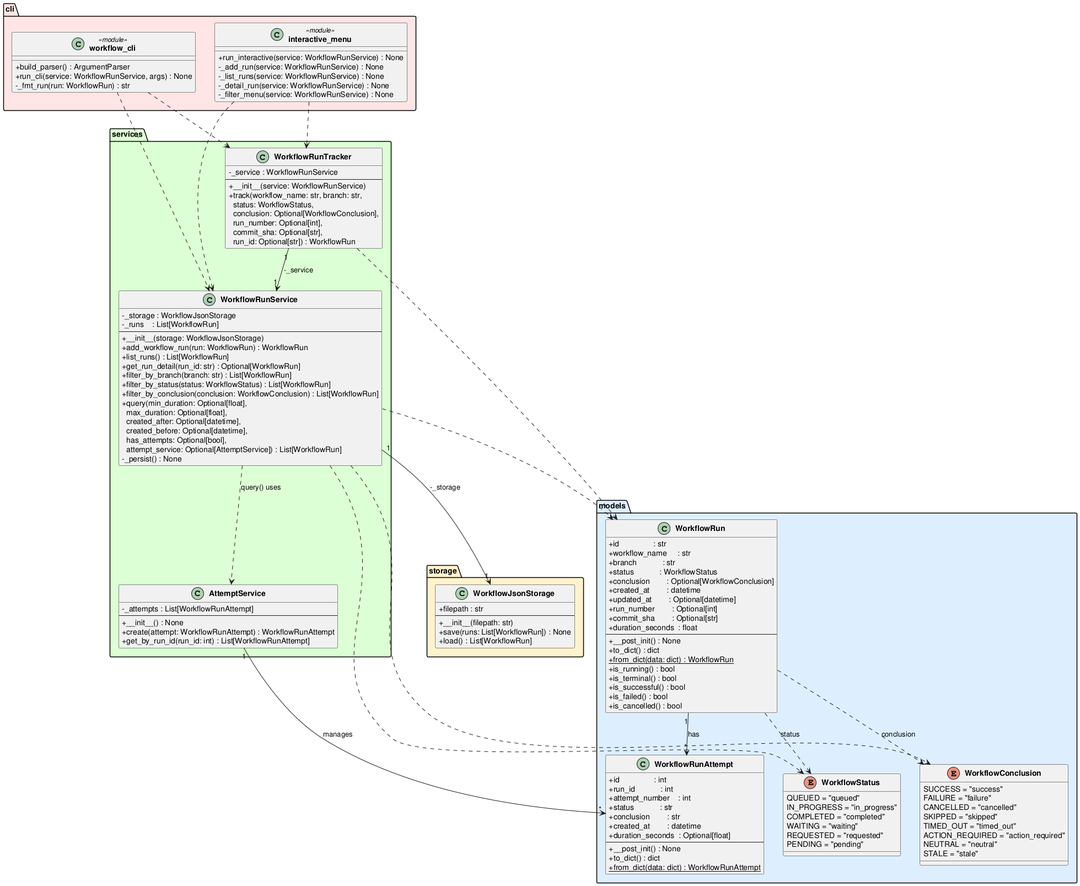
Above: experiments/pipeline/test_driven/github-workflow-manager/artifacts/class_diagram.png in DanielRiha8906/Software_autoevolution_using_agents (PlantUML), before the change.
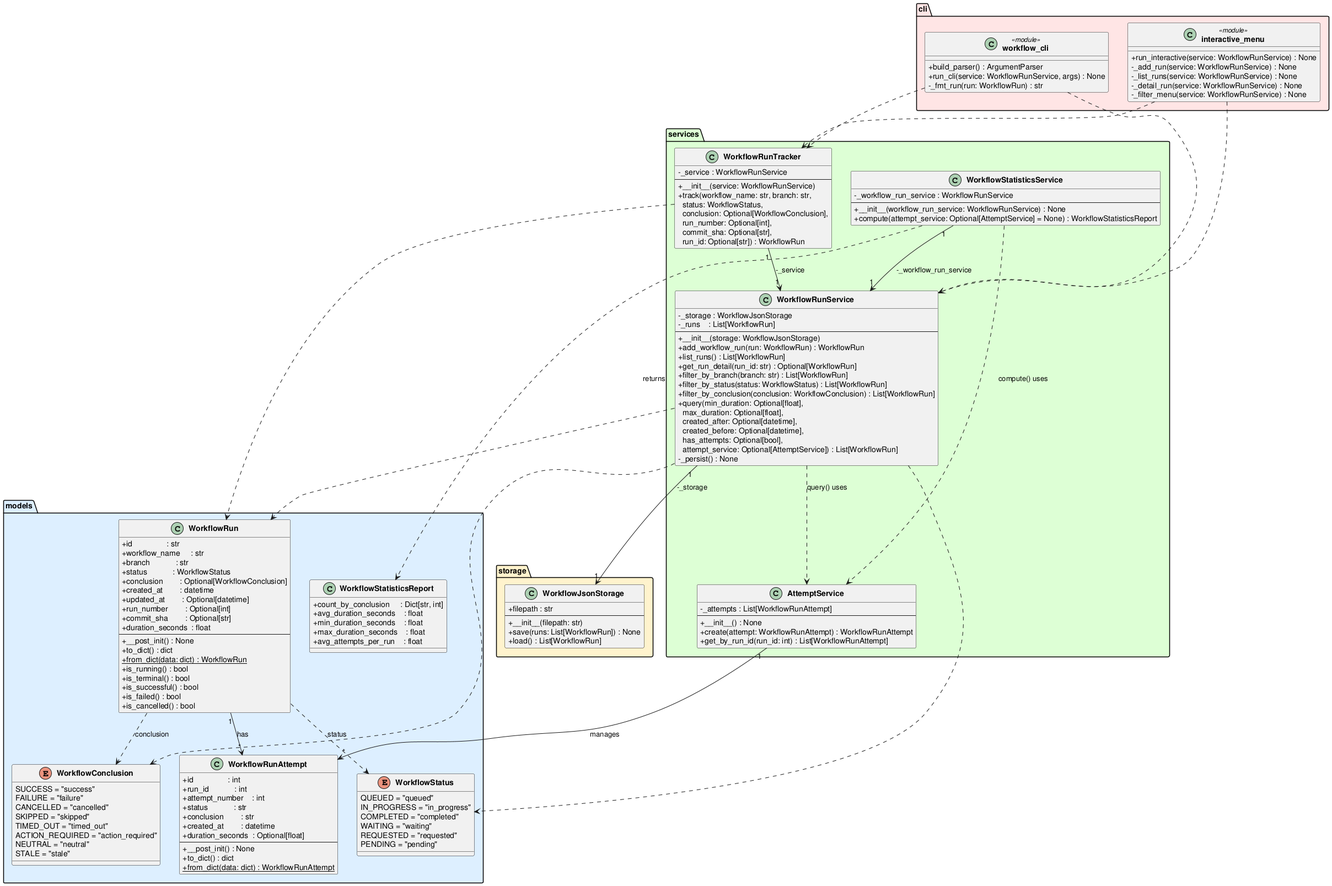
After the change.

What changed in the source:
```diff
@@ -59,6 +59,14 @@
         +to_dict() : dict
         +{static} from_dict(data: dict) : WorkflowRunAttempt
     }
+
+    class WorkflowStatisticsReport {
+        +count_by_conclusion     : Dict[str, int]
+        +avg_duration_seconds    : float
+        +min_duration_seconds    : float
+        +max_duration_seconds    : float
+        +avg_attempts_per_run    : float
+    }
 }
 
 package "storage" #FFF3CC {
@@ -101,6 +109,13 @@
         +create(attempt: WorkflowRunAttempt) : WorkflowRunAttempt
         +get_by_run_id(run_id: int) : List[WorkflowRunAttempt]
     }
+
+    class WorkflowStatisticsService {
+        -_workflow_run_service : WorkflowRunService
+        --
+        +__init__(workflow_run_service: WorkflowRunService) : None
+        +compute(attempt_service: Optional[AttemptService] = None) : WorkflowStatisticsReport
+    }
 }
 
 package "cli" #FFE5E5 {
@@ -130,6 +145,9 @@
 WorkflowRunTracker    "1" --> "1" WorkflowRunService  : -_service
 WorkflowRunTracker         ..>  WorkflowRun
 AttemptService       "1" --> "*" WorkflowRunAttempt : manages
+WorkflowStatisticsService "1" --> "1" WorkflowRunService : -_workflow_run_service
+WorkflowStatisticsService      ..>  AttemptService : compute() uses
+WorkflowStatisticsService      ..>  WorkflowStatisticsReport : returns
 "workflow_cli"             ..>  WorkflowRunService
 "workflow_cli"             ..>  WorkflowRunTracker
 "interactive_menu"         ..>  WorkflowRunService
```
